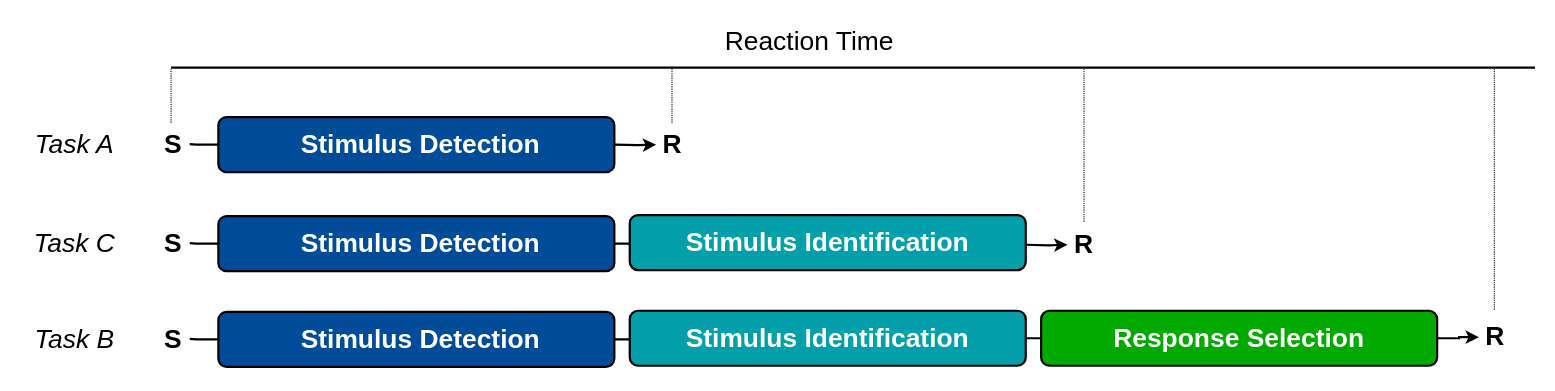
Above: Donders.drawio in lindemann09/figures_rt_chapter (draw.io), before the change. Source tidied: cells renumbered, new cells numbered last; positions are measured from the earlier drawing's top-left corner, leaving out a move shared by most shapes. Both pictures are drawn from the tidied source at 110%, with x=0, y=0 at pixel (19, 19).
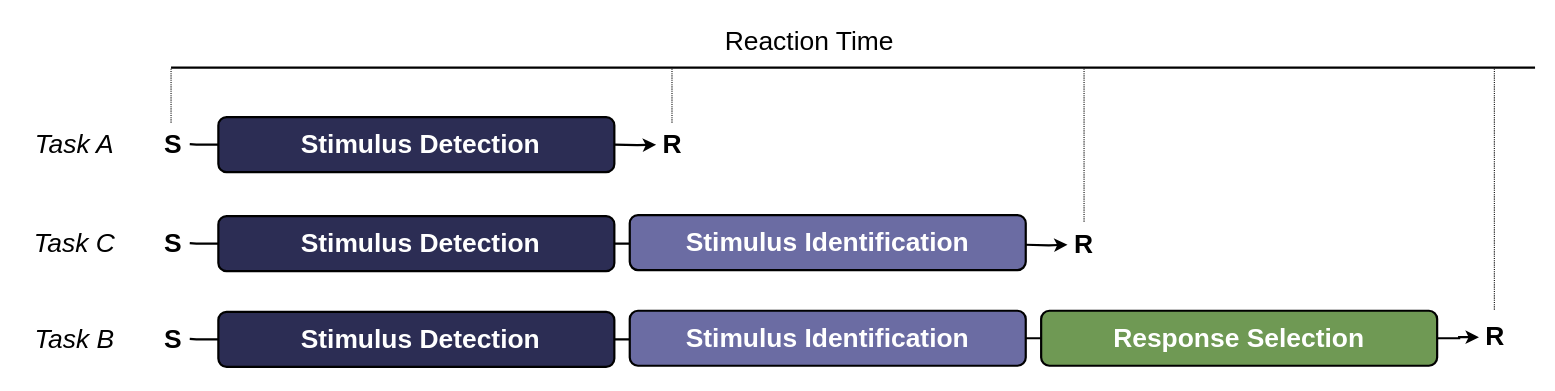
Above is the later version.

Change to the diagram source:
```diff
@@
-    <mxCell id="3" style="whiteSpace=wrap;html=1;rounded=1;shadow=0;strokeWidth=2;fontSize=20;align=center;fillColor=#004C99;strokeColor=default;" parent="1" vertex="1">
+    <mxCell id="3" style="whiteSpace=wrap;html=1;rounded=1;shadow=0;strokeWidth=2;fontSize=20;align=center;fillColor=#2c2d54;strokeColor=default;" parent="1" vertex="1">
       <mxGeometry x="181" y="89" width="360" height="50" as="geometry" />
     </mxCell>
@@
-    <mxCell id="15" style="whiteSpace=wrap;html=1;rounded=1;shadow=0;strokeWidth=2;fontSize=20;align=center;fillColor=#004C99;strokeColor=default;" parent="1" vertex="1">
+    <mxCell id="15" style="whiteSpace=wrap;html=1;rounded=1;shadow=0;strokeWidth=2;fontSize=20;align=center;fillColor=#2c2d54;strokeColor=default;" parent="1" vertex="1">
       <mxGeometry x="181" y="179" width="360" height="50" as="geometry" />
     </mxCell>
@@
-    <mxCell id="18" value="&lt;font style=&quot;font-size: 24px;&quot; color=&quot;#ffffff&quot;&gt;&lt;b&gt;Stimulus Identification&lt;/b&gt;&lt;/font&gt;" style="whiteSpace=wrap;html=1;rounded=1;shadow=0;strokeWidth=2;fontSize=20;align=center;fillColor=#039FAA;strokeColor=default;" parent="1" vertex="1">
+    <mxCell id="18" value="&lt;font style=&quot;font-size: 24px;&quot; color=&quot;#ffffff&quot;&gt;&lt;b&gt;Stimulus Identification&lt;/b&gt;&lt;/font&gt;" style="whiteSpace=wrap;html=1;rounded=1;shadow=0;strokeWidth=2;fontSize=20;align=center;fillColor=#6b6ca3;strokeColor=default;" parent="1" vertex="1">
       <mxGeometry x="555" y="178" width="360" height="50" as="geometry" />
     </mxCell>
@@
-    <mxCell id="24" style="whiteSpace=wrap;html=1;rounded=1;shadow=0;strokeWidth=2;fontSize=20;align=center;fillColor=#004C99;strokeColor=default;" parent="1" vertex="1">
+    <mxCell id="24" style="whiteSpace=wrap;html=1;rounded=1;shadow=0;strokeWidth=2;fontSize=20;align=center;fillColor=#2c2d54;strokeColor=default;" parent="1" vertex="1">
       <mxGeometry x="181" y="266" width="360" height="50" as="geometry" />
     </mxCell>
@@
-    <mxCell id="28" value="&lt;font style=&quot;font-size: 24px;&quot; color=&quot;#ffffff&quot;&gt;&lt;b&gt;Stimulus Identification&lt;/b&gt;&lt;/font&gt;" style="whiteSpace=wrap;html=1;rounded=1;shadow=0;strokeWidth=2;fontSize=20;align=center;fillColor=#039FAA;strokeColor=default;" parent="1" vertex="1">
+    <mxCell id="28" value="&lt;font style=&quot;font-size: 24px;&quot; color=&quot;#ffffff&quot;&gt;&lt;b&gt;Stimulus Identification&lt;/b&gt;&lt;/font&gt;" style="whiteSpace=wrap;html=1;rounded=1;shadow=0;strokeWidth=2;fontSize=20;align=center;fillColor=#6b6ca3;strokeColor=default;" parent="1" vertex="1">
       <mxGeometry x="555" y="265" width="360" height="50" as="geometry" />
     </mxCell>
@@
-    <mxCell id="30" value="&lt;font style=&quot;font-size: 24px;&quot; color=&quot;#ffffff&quot;&gt;&lt;b&gt;Response Selection&lt;/b&gt;&lt;/font&gt;" style="whiteSpace=wrap;html=1;rounded=1;shadow=0;strokeWidth=2;fontSize=20;align=center;fillColor=#02AA00;strokeColor=default;fontColor=#FFFFFF;" parent="1" vertex="1">
+    <mxCell id="30" value="&lt;font style=&quot;font-size: 24px;&quot; color=&quot;#ffffff&quot;&gt;&lt;b&gt;Response Selection&lt;/b&gt;&lt;/font&gt;" style="whiteSpace=wrap;html=1;rounded=1;shadow=0;strokeWidth=2;fontSize=20;align=center;fillColor=#6f9954;strokeColor=default;fontColor=#FFFFFF;" parent="1" vertex="1">
       <mxGeometry x="929" y="265" width="360" height="50" as="geometry" />
     </mxCell>
```
